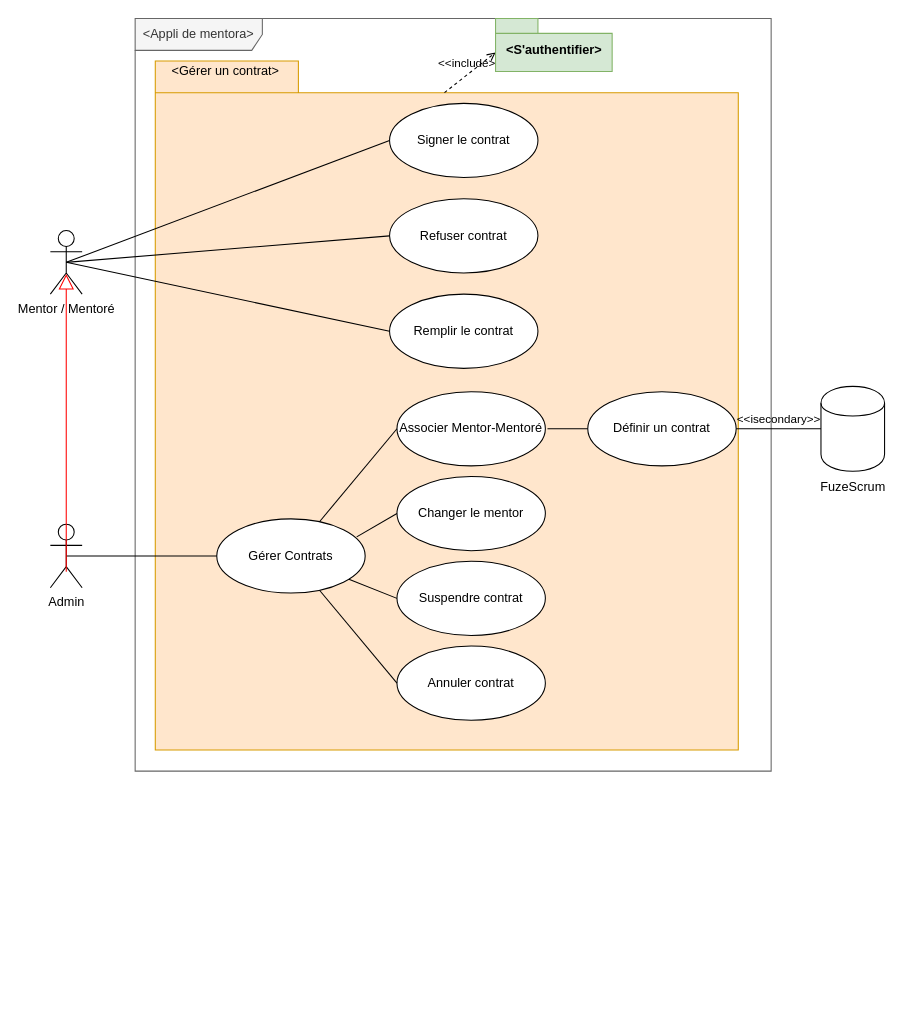
Before: page "Gérer un contrat" (4 of 6) of UseCasesDiagram.drawio in emmo78/Project_ConceptionOfMentorApp, a draw.io diagram. Source tidied: cells renumbered, new cells numbered last; positions are measured from the earlier drawing's top-left corner, leaving out a move shared by most shapes. Both pictures are drawn from the tidied source at 106%, with x=0, y=0 at pixel (50, 18).
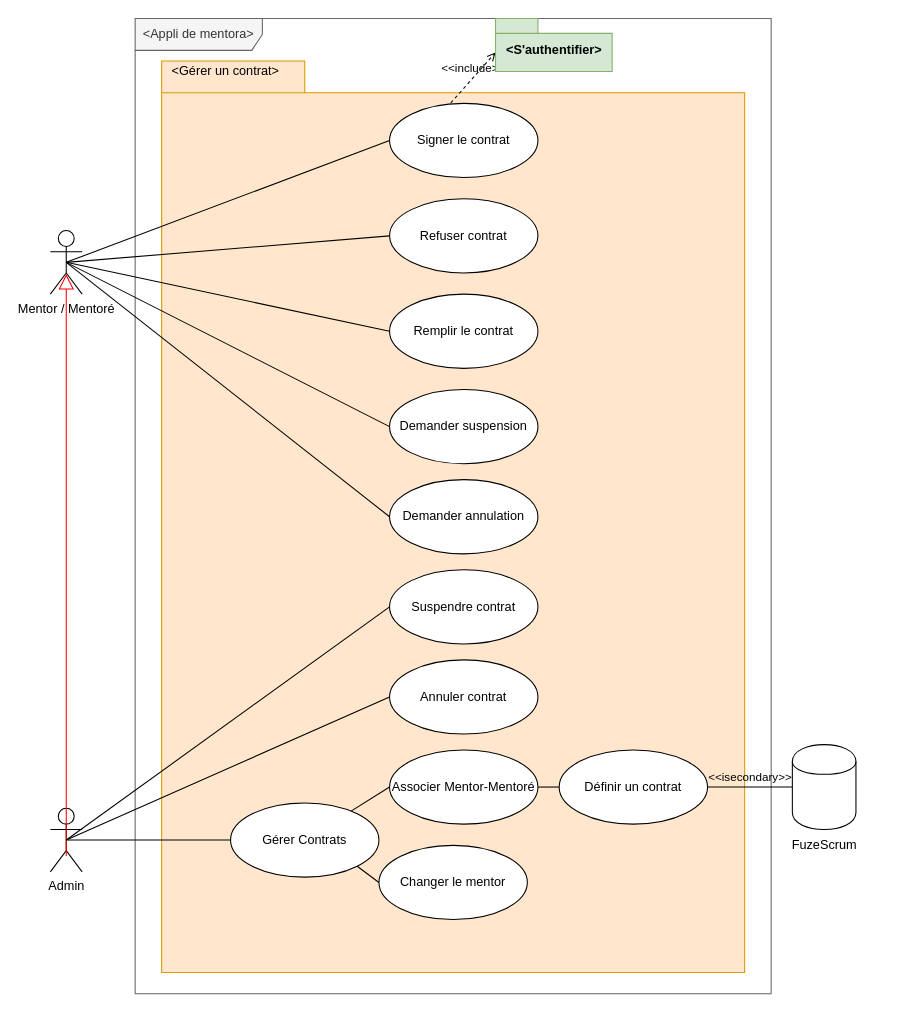
The same diagram, later.

The change refers to these unchanged cells:
```xml
<mxCell id="3" value="Mentor / Mentoré" style="shape=umlActor;verticalLabelPosition=bottom;verticalAlign=top;html=1;" parent="1" vertex="1">
  <mxGeometry y="200" width="30" height="60" as="geometry" />
</mxCell>
```

Diff of the diagram source:
```diff
@@
     <mxCell id="2" value="&amp;lt;Appli de mentora&amp;gt;" style="shape=umlFrame;whiteSpace=wrap;html=1;width=120;height=30;fillColor=#f5f5f5;strokeColor=#666666;fontColor=#333333;" parent="1" vertex="1">
-      <mxGeometry x="80" width="600" height="710" as="geometry" />
+      <mxGeometry x="80" width="600" height="920" as="geometry" />
     </mxCell>
@@
     <mxCell id="4" value="Admin" style="shape=umlActor;verticalLabelPosition=bottom;verticalAlign=top;html=1;" parent="1" vertex="1">
-      <mxGeometry y="477" width="30" height="60" as="geometry" />
+      <mxGeometry y="745" width="30" height="60" as="geometry" />
     </mxCell>
     <mxCell id="5" style="shape=folder;fontStyle=1;spacingTop=10;tabWidth=135;tabHeight=30;tabPosition=left;html=1;fillColor=#ffe6cc;strokeColor=#d79b00;" parent="1" vertex="1">
-      <mxGeometry x="99" y="40" width="550" height="650" as="geometry" />
+      <mxGeometry x="105" y="40" width="550" height="860" as="geometry" />
     </mxCell>
@@
     <mxCell id="9" value="Gérer Contrats" style="ellipse;whiteSpace=wrap;html=1;" parent="1" vertex="1">
-      <mxGeometry x="157" y="472" width="140" height="70" as="geometry" />
+      <mxGeometry x="170" y="740" width="140" height="70" as="geometry" />
     </mxCell>
     <mxCell id="10" value="Associer Mentor-Mentoré" style="ellipse;whiteSpace=wrap;html=1;" parent="1" vertex="1">
-      <mxGeometry x="327" y="352" width="140" height="70" as="geometry" />
+      <mxGeometry x="320" y="690" width="140" height="70" as="geometry" />
     </mxCell>
@@
     <mxCell id="12" value="Changer le mentor" style="ellipse;whiteSpace=wrap;html=1;" parent="1" vertex="1">
-      <mxGeometry x="327" y="432" width="140" height="70" as="geometry" />
+      <mxGeometry x="310" y="780" width="140" height="70" as="geometry" />
     </mxCell>
@@
-    <mxCell id="14" value="Suspendre contrat" style="ellipse;whiteSpace=wrap;html=1;" parent="1" vertex="1">
-      <mxGeometry x="327" y="512" width="140" height="70" as="geometry" />
+    <mxCell id="14" value="Demander suspension" style="ellipse;whiteSpace=wrap;html=1;" parent="1" vertex="1">
+      <mxGeometry x="320" y="350" width="140" height="70" as="geometry" />
     </mxCell>
@@
-    <mxCell id="16" style="endArrow=none;html=1;entryX=0;entryY=0.5;entryDx=0;entryDy=0;exitX=0.943;exitY=0.243;exitDx=0;exitDy=0;exitPerimeter=0;" parent="1" edge="1" source="9" target="12">
+    <mxCell id="16" style="endArrow=none;html=1;entryX=0;entryY=0.5;entryDx=0;entryDy=0;exitX=1;exitY=1;exitDx=0;exitDy=0;" parent="1" edge="1" source="9" target="12">
       <mxGeometry relative="1" as="geometry" />
     </mxCell>
-    <mxCell id="17" style="endArrow=none;html=1;entryX=0;entryY=0.5;entryDx=0;entryDy=0;" parent="1" edge="1" source="9" target="14">
+    <mxCell id="17" style="endArrow=none;html=1;entryX=0;entryY=0.5;entryDx=0;entryDy=0;exitX=0.5;exitY=0.5;exitDx=0;exitDy=0;exitPerimeter=0;" parent="1" edge="1" source="3" target="14">
       <mxGeometry relative="1" as="geometry" />
     </mxCell>
-    <mxCell id="18" value="Annuler contrat" style="ellipse;whiteSpace=wrap;html=1;" parent="1" vertex="1">
-      <mxGeometry x="327" y="592" width="140" height="70" as="geometry" />
+    <mxCell id="18" value="Demander annulation" style="ellipse;whiteSpace=wrap;html=1;" parent="1" vertex="1">
+      <mxGeometry x="320" y="435" width="140" height="70" as="geometry" />
     </mxCell>
-    <mxCell id="19" style="endArrow=none;html=1;entryX=0;entryY=0.5;entryDx=0;entryDy=0;" parent="1" edge="1" source="9" target="18">
+    <mxCell id="19" style="endArrow=none;html=1;entryX=0;entryY=0.5;entryDx=0;entryDy=0;exitX=0.5;exitY=0.5;exitDx=0;exitDy=0;exitPerimeter=0;" parent="1" edge="1" source="3" target="18">
       <mxGeometry relative="1" as="geometry" />
     </mxCell>
     <mxCell id="20" value="Définir un contrat" style="ellipse;whiteSpace=wrap;html=1;" parent="1" vertex="1">
-      <mxGeometry x="507" y="352" width="140" height="70" as="geometry" />
+      <mxGeometry x="480" y="690" width="140" height="70" as="geometry" />
     </mxCell>
@@
     <mxCell id="24" style="shape=cylinder;whiteSpace=wrap;html=1;boundedLbl=1;backgroundOutline=1;verticalAlign=top;" parent="1" vertex="1">
-      <mxGeometry x="727" y="347" width="60" height="80" as="geometry" />
+      <mxGeometry x="700" y="685" width="60" height="80" as="geometry" />
     </mxCell>
-    <mxCell id="25" style="endArrow=none;html=1;entryX=0;entryY=0.5;entryDx=0;entryDy=0;" parent="1" edge="1" target="20">
-      <mxGeometry relative="1" as="geometry">
-        <mxPoint x="469" y="387" as="sourcePoint" />
-      </mxGeometry>
+    <mxCell id="25" style="endArrow=none;html=1;entryX=0;entryY=0.5;entryDx=0;entryDy=0;exitX=1;exitY=0.5;exitDx=0;exitDy=0;" parent="1" edge="1" source="10" target="20">
+      <mxGeometry relative="1" as="geometry" />
     </mxCell>
     <mxCell id="26" value="FuzeScrum" style="text;html=1;align=center;verticalAlign=middle;strokeColor=none;" parent="1" vertex="1">
-      <mxGeometry x="717" y="432" width="80" height="20" as="geometry" />
+      <mxGeometry x="690" y="770" width="80" height="20" as="geometry" />
     </mxCell>
@@
+    <mxCell id="31" value="Suspendre contrat" style="ellipse;whiteSpace=wrap;html=1;" parent="1" vertex="1">
+      <mxGeometry x="320" y="520" width="140" height="70" as="geometry" />
+    </mxCell>
+    <mxCell id="32" value="Annuler contrat" style="ellipse;whiteSpace=wrap;html=1;" parent="1" vertex="1">
+      <mxGeometry x="320" y="605" width="140" height="70" as="geometry" />
+    </mxCell>
+    <mxCell id="33" style="endArrow=none;html=1;entryX=0;entryY=0.5;entryDx=0;entryDy=0;exitX=0.5;exitY=0.5;exitDx=0;exitDy=0;exitPerimeter=0;" parent="1" edge="1" source="4" target="31">
+      <mxGeometry relative="1" as="geometry" />
+    </mxCell>
+    <mxCell id="34" style="endArrow=none;html=1;entryX=0;entryY=0.5;entryDx=0;entryDy=0;exitX=0.5;exitY=0.5;exitDx=0;exitDy=0;exitPerimeter=0;" parent="1" edge="1" source="4" target="32">
+      <mxGeometry relative="1" as="geometry" />
+    </mxCell>
```
